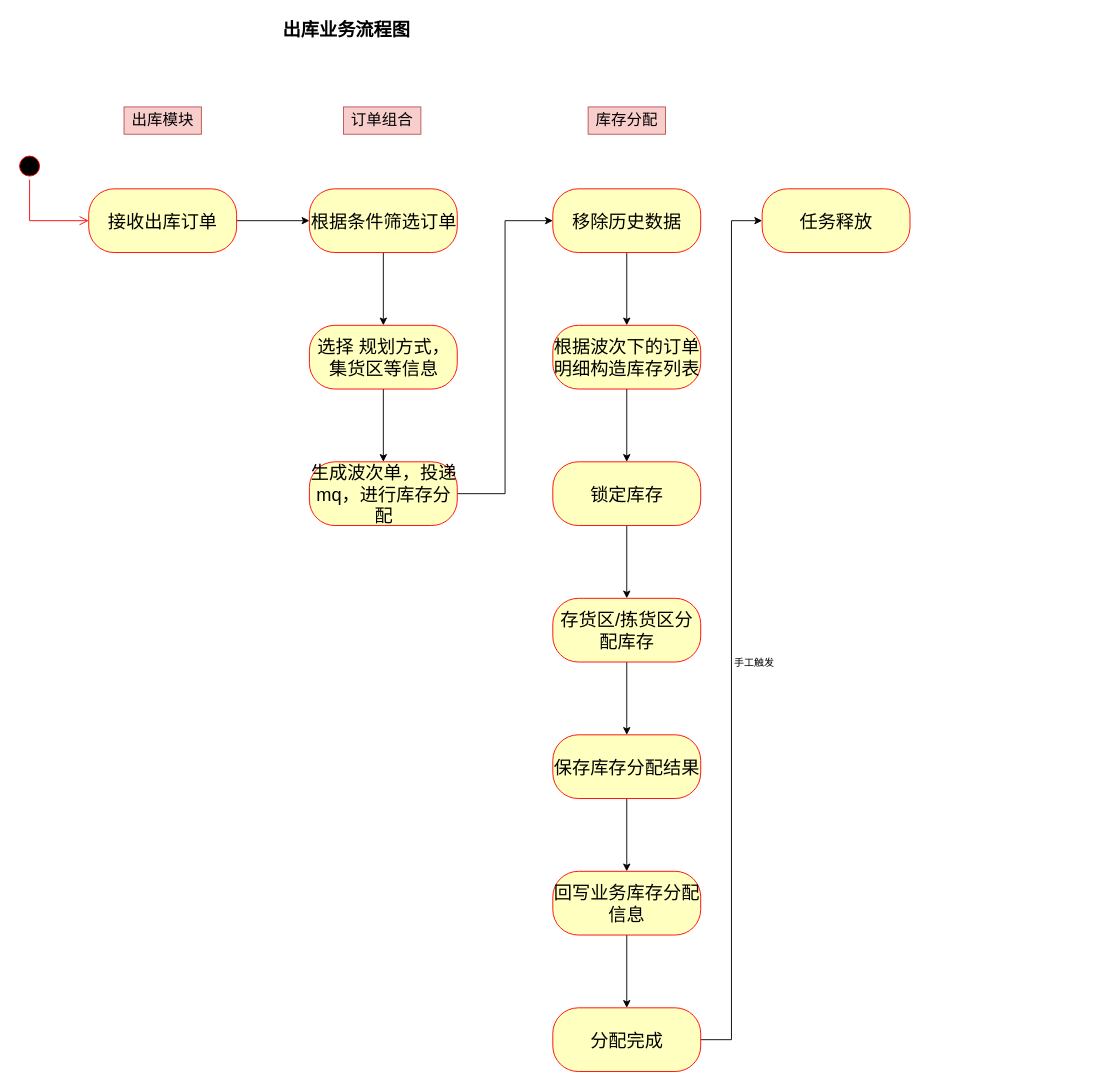
Above: pdf/出库业务流程图.drawio in mstao/static (draw.io), before the change. Source tidied: cells renumbered, new cells numbered last; positions are measured from the earlier drawing's top-left corner, leaving out a move shared by most shapes. Both pictures are drawn from the tidied source at 91%, with x=0, y=0 at pixel (15, 15).
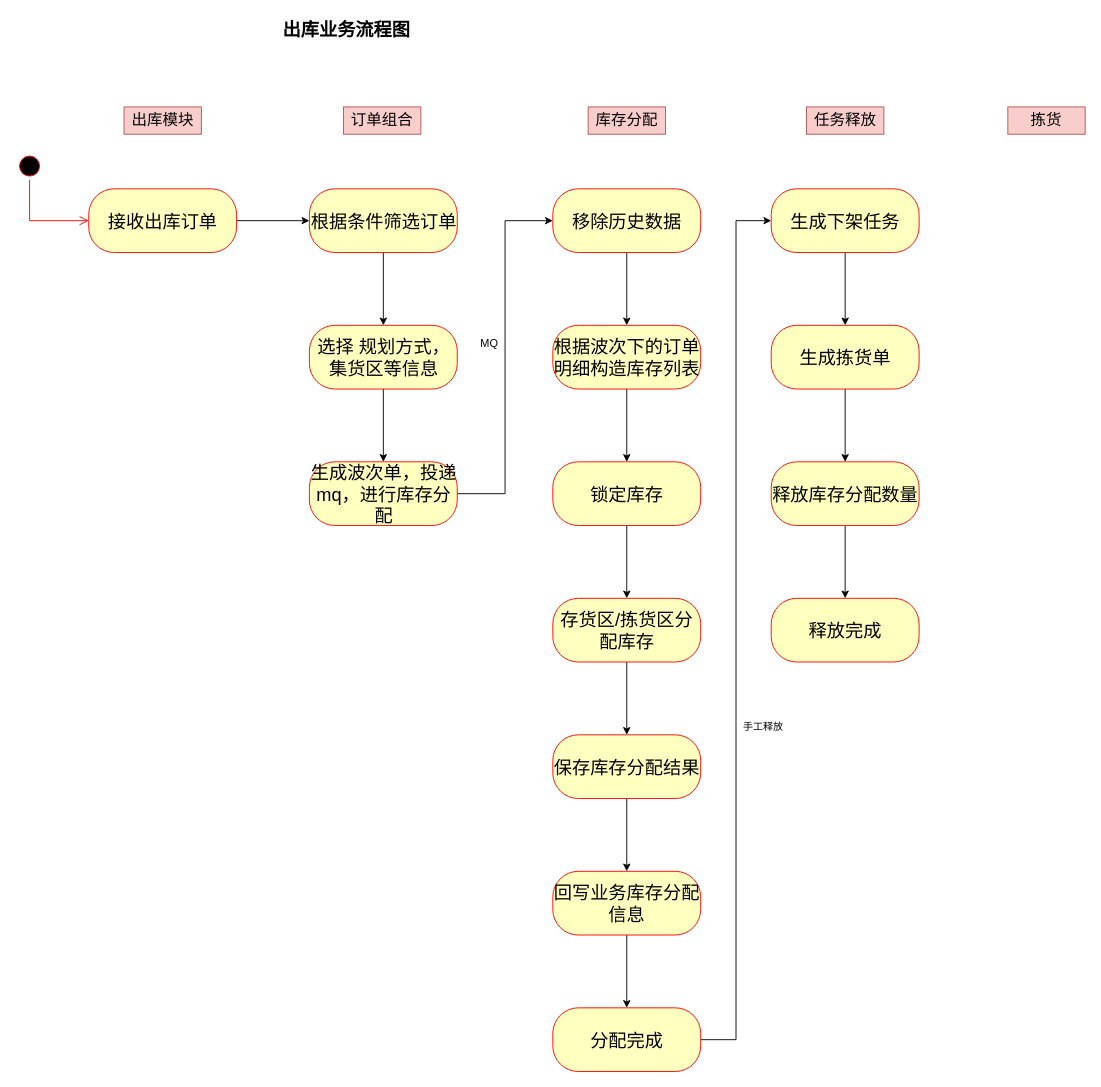
Above is the later version.

Commit message (it also covers changes not shown here):
Update 出库业务流程图.drawio

The change refers to these unchanged cells:
```xml
<mxCell id="29" style="edgeStyle=orthogonalEdgeStyle;rounded=0;jettySize=auto;html=1;entryX=0;entryY=0.5;entryDx=0;entryDy=0;" parent="1" edge="1" source="31" target="28">
  <mxGeometry relative="1" as="geometry" />
</mxCell>
```

What changed in the source:
```diff
@@
+    <mxCell id="32" style="edgeStyle=orthogonalEdgeStyle;rounded=0;jettySize=auto;html=1;" parent="1" edge="1" source="28" target="35">
+      <mxGeometry relative="1" as="geometry" />
+    </mxCell>
-    <mxCell id="28" value="任务释放" style="rounded=1;whiteSpace=wrap;html=1;arcSize=40;fontColor=#000000;fillColor=#ffffc0;strokeColor=#ff0000;fontSize=20;" parent="1" vertex="1">
-      <mxGeometry x="820" y="190" width="162.5" height="70" as="geometry" />
+    <mxCell id="28" value="生成下架任务" style="rounded=1;whiteSpace=wrap;html=1;arcSize=40;fontColor=#000000;fillColor=#ffffc0;strokeColor=#ff0000;fontSize=20;" parent="1" vertex="1">
+      <mxGeometry x="830" y="190" width="162.5" height="70" as="geometry" />
     </mxCell>
@@
-    <mxCell id="30" value="手工触发" style="edgeLabel;html=1;align=center;verticalAlign=middle;" parent="29" vertex="1">
+    <mxCell id="30" value="手工释放" style="edgeLabel;html=1;align=center;verticalAlign=middle;" parent="29" vertex="1">
       <mxGeometry x="-0.12" relative="1" as="geometry">
-        <mxPoint x="24" y="-22" as="offset" />
+        <mxPoint x="29" y="47" as="offset" />
       </mxGeometry>
     </mxCell>
@@
+    <mxCell id="33" value="&lt;font style=&quot;font-size: 17px&quot;&gt;任务释放&lt;/font&gt;" style="text;html=1;strokeColor=#b85450;fillColor=#f8cecc;align=center;verticalAlign=middle;whiteSpace=wrap;rounded=0;fontSize=14;" parent="1" vertex="1">
+      <mxGeometry x="868.8" y="100" width="85" height="30" as="geometry" />
+    </mxCell>
+    <mxCell id="34" style="edgeStyle=orthogonalEdgeStyle;rounded=0;jettySize=auto;html=1;" parent="1" edge="1" source="35" target="37">
+      <mxGeometry relative="1" as="geometry" />
+    </mxCell>
+    <mxCell id="35" value="生成拣货单" style="rounded=1;whiteSpace=wrap;html=1;arcSize=40;fontColor=#000000;fillColor=#ffffc0;strokeColor=#ff0000;fontSize=20;" parent="1" vertex="1">
+      <mxGeometry x="830" y="340" width="162.5" height="70" as="geometry" />
+    </mxCell>
+    <mxCell id="36" style="edgeStyle=orthogonalEdgeStyle;rounded=0;jettySize=auto;html=1;" parent="1" edge="1" source="37" target="39">
+      <mxGeometry relative="1" as="geometry" />
+    </mxCell>
+    <mxCell id="37" value="释放库存分配数量" style="rounded=1;whiteSpace=wrap;html=1;arcSize=40;fontColor=#000000;fillColor=#ffffc0;strokeColor=#ff0000;fontSize=20;" parent="1" vertex="1">
+      <mxGeometry x="830" y="490" width="162.5" height="70" as="geometry" />
+    </mxCell>
+    <mxCell id="38" value="&lt;font style=&quot;font-size: 17px&quot;&gt;拣货&lt;/font&gt;" style="text;html=1;strokeColor=#b85450;fillColor=#f8cecc;align=center;verticalAlign=middle;whiteSpace=wrap;rounded=0;fontSize=14;" parent="1" vertex="1">
+      <mxGeometry x="1090" y="100" width="85" height="30" as="geometry" />
+    </mxCell>
+    <mxCell id="39" value="释放完成" style="rounded=1;whiteSpace=wrap;html=1;arcSize=40;fontColor=#000000;fillColor=#ffffc0;strokeColor=#ff0000;fontSize=20;" parent="1" vertex="1">
+      <mxGeometry x="830" y="640" width="162.5" height="70" as="geometry" />
+    </mxCell>
+    <mxCell id="40" value="MQ" style="text;html=1;align=center;verticalAlign=middle;strokeColor=none;" parent="1" vertex="1">
+      <mxGeometry x="505" y="350" width="30" height="20" as="geometry" />
+    </mxCell>
```
